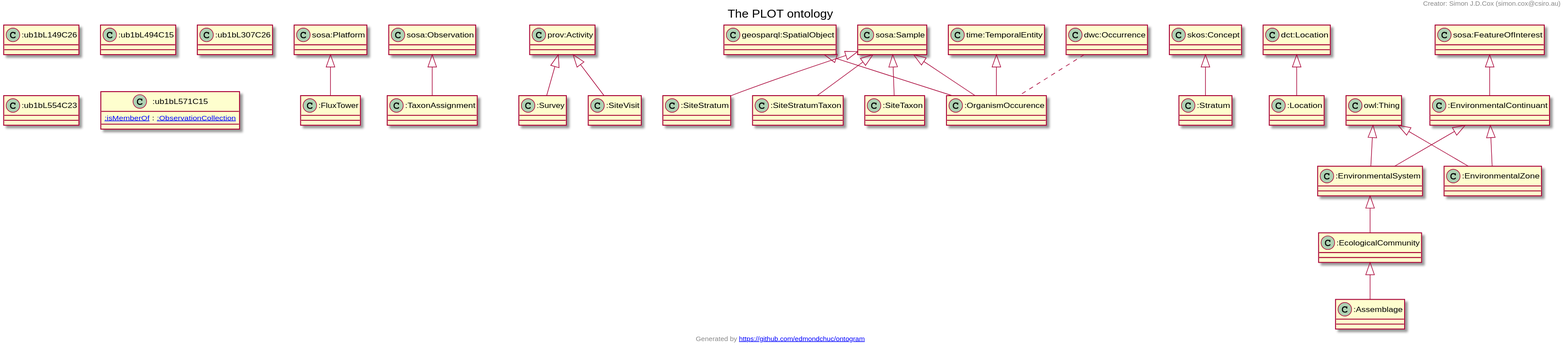
Above: docs/tern-plot.ttl.txt.svg in edmondchuc/ontology_tern-plot (PlantUML), before the change.
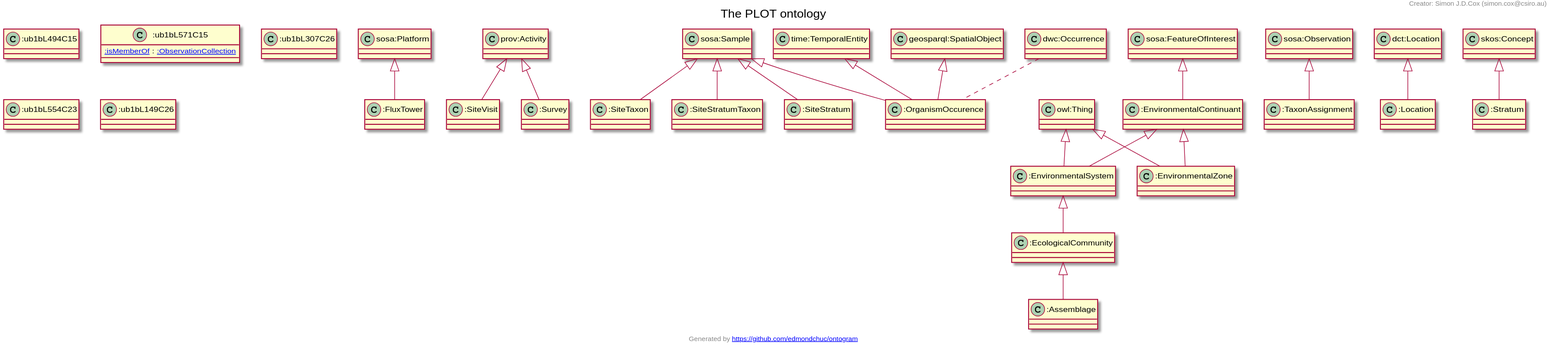
The same diagram one commit later.

The edit, as a diff of the source:
```diff
@@ -1,64 +1,64 @@
 @startuml
 title The PLOT ontology
 "sosa:Platform" <|-- ":FluxTower"
-"sosa:Observation" <|-- ":TaxonAssignment"
+"prov:Activity" <|-- ":SiteVisit"
+"sosa:Sample" <|-- ":SiteTaxon"
 "prov:Activity" <|-- ":Survey"
+"owl:Thing" <|-- ":EnvironmentalSystem"
+":EnvironmentalContinuant" <|-- ":EnvironmentalSystem"
 "sosa:Sample" <|-- ":OrganismOccurence"
+"time:TemporalEntity" <|-- ":OrganismOccurence"
 "geosparql:SpatialObject" <|-- ":OrganismOccurence"
-"time:TemporalEntity" <|-- ":OrganismOccurence"
-"sosa:Sample" <|-- ":SiteStratum"
-"sosa:Sample" <|-- ":SiteTaxon"
-"skos:Concept" <|-- ":Stratum"
-"dct:Location" <|-- ":Location"
 "sosa:Sample" <|-- ":SiteStratumTaxon"
-":EnvironmentalContinuant" <|-- ":EnvironmentalSystem"
-"owl:Thing" <|-- ":EnvironmentalSystem"
-"prov:Activity" <|-- ":SiteVisit"
-"sosa:FeatureOfInterest" <|-- ":EnvironmentalContinuant"
-":EcologicalCommunity" <|-- ":Assemblage"
-":EnvironmentalSystem" <|-- ":EcologicalCommunity"
 ":EnvironmentalContinuant" <|-- ":EnvironmentalZone"
 "owl:Thing" <|-- ":EnvironmentalZone"
-Class ":FluxTower" [[http://linked.data.gov.au/def/plot/x/FluxTower]] {
-}
-Class ":TaxonAssignment" [[http://linked.data.gov.au/def/plot/x/TaxonAssignment]] {
-}
-Class ":Survey" [[http://linked.data.gov.au/def/plot/x/Survey]] {
-}
-Class ":OrganismOccurence" [[http://linked.data.gov.au/def/plot/OrganismOccurence]] {
-}
-Class ":SiteStratum" [[http://linked.data.gov.au/def/plot/SiteStratum]] {
-}
-Class ":SiteTaxon" [[http://linked.data.gov.au/def/plot/SiteTaxon]] {
-}
-Class ":Stratum" [[http://linked.data.gov.au/def/plot/Stratum]] {
-}
-Class ":Location" [[http://linked.data.gov.au/def/plot/Location]] {
-}
-Class ":SiteStratumTaxon" [[http://linked.data.gov.au/def/plot/SiteStratumTaxon]] {
-}
-Class ":ub1bL149C26" [[ub1bL149C26]] {
-}
+"sosa:Observation" <|-- ":TaxonAssignment"
+":EcologicalCommunity" <|-- ":Assemblage"
+"dct:Location" <|-- ":Location"
+"sosa:Sample" <|-- ":SiteStratum"
+":EnvironmentalSystem" <|-- ":EcologicalCommunity"
+"skos:Concept" <|-- ":Stratum"
+"sosa:FeatureOfInterest" <|-- ":EnvironmentalContinuant"
 Class ":ub1bL494C15" [[ub1bL494C15]] {
 }
-Class ":EnvironmentalSystem" [[http://linked.data.gov.au/def/plot/x/EnvironmentalSystem]] {
-}
-Class ":ub1bL307C26" [[ub1bL307C26]] {
-}
-Class ":ub1bL554C23" [[ub1bL554C23]] {
+Class ":FluxTower" [[http://linked.data.gov.au/def/plot/x/FluxTower]] {
 }
 Class ":ub1bL571C15" [[ub1bL571C15]] {
 [[http://www.w3.org/ns/ssn/ext/isMemberOf :isMemberOf]] : [[http://www.w3.org/ns/ssn/ext/ObservationCollection :ObservationCollection]]
 }
 Class ":SiteVisit" [[http://linked.data.gov.au/def/plot/SiteVisit]] {
 }
-Class ":EnvironmentalContinuant" [[http://linked.data.gov.au/def/plot/x/EnvironmentalContinuant]] {
+Class ":SiteTaxon" [[http://linked.data.gov.au/def/plot/SiteTaxon]] {
+}
+Class ":Survey" [[http://linked.data.gov.au/def/plot/x/Survey]] {
+}
+Class ":ub1bL307C26" [[ub1bL307C26]] {
+}
+Class ":EnvironmentalSystem" [[http://linked.data.gov.au/def/plot/x/EnvironmentalSystem]] {
+}
+Class ":OrganismOccurence" [[http://linked.data.gov.au/def/plot/OrganismOccurence]] {
+}
+Class ":SiteStratumTaxon" [[http://linked.data.gov.au/def/plot/SiteStratumTaxon]] {
+}
+Class ":EnvironmentalZone" [[http://linked.data.gov.au/def/plot/x/EnvironmentalZone]] {
+}
+Class ":ub1bL554C23" [[ub1bL554C23]] {
+}
+Class ":ub1bL149C26" [[ub1bL149C26]] {
+}
+Class ":TaxonAssignment" [[http://linked.data.gov.au/def/plot/x/TaxonAssignment]] {
 }
 Class ":Assemblage" [[http://linked.data.gov.au/def/plot/x/Assemblage]] {
 }
+Class ":Location" [[http://linked.data.gov.au/def/plot/Location]] {
+}
+Class ":SiteStratum" [[http://linked.data.gov.au/def/plot/SiteStratum]] {
+}
 Class ":EcologicalCommunity" [[http://linked.data.gov.au/def/plot/x/EcologicalCommunity]] {
 }
-Class ":EnvironmentalZone" [[http://linked.data.gov.au/def/plot/x/EnvironmentalZone]] {
+Class ":Stratum" [[http://linked.data.gov.au/def/plot/Stratum]] {
+}
+Class ":EnvironmentalContinuant" [[http://linked.data.gov.au/def/plot/x/EnvironmentalContinuant]] {
 }
 "dwc:Occurrence" .. ":OrganismOccurence"
 header
```
